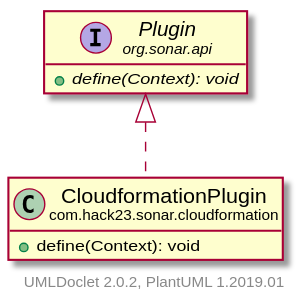
Before: testapidocs/com/hack23/sonar/cloudformation/CloudformationPlugin.svg, a diagram exported from PlantUML (Hack23/sonar-cloudformation-plugin).
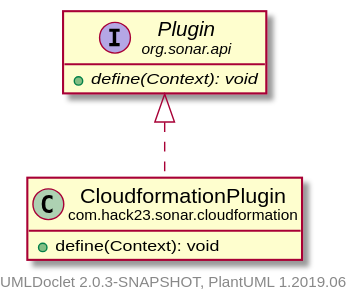
After the change.

The edit, as a diff of the source:
```diff
@@ -13,5 +13,5 @@
 
     org.sonar.api.Plugin <|.. com.hack23.sonar.cloudformation.CloudformationPlugin
 
-    center footer UMLDoclet 2.0.2, PlantUML 1.2019.01
+    center footer UMLDoclet 2.0.3-SNAPSHOT, PlantUML 1.2019.06
 @enduml
```
